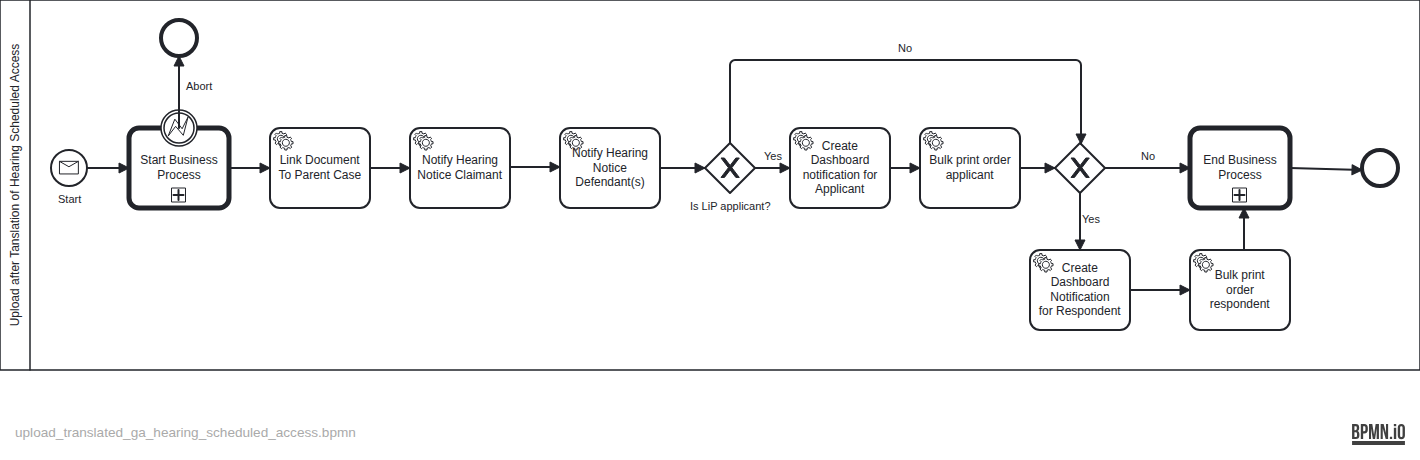
This is docs/bpmn-diagrams/upload_translated_ga_hearing_scheduled_access.png from hmcts/civil-service, a BPMN export, as it was before one commit. Its source is kept beside it as src/main/resources/camunda/upload_translated_ga_hearing_scheduled_access.bpmn. Ids are renumbered.
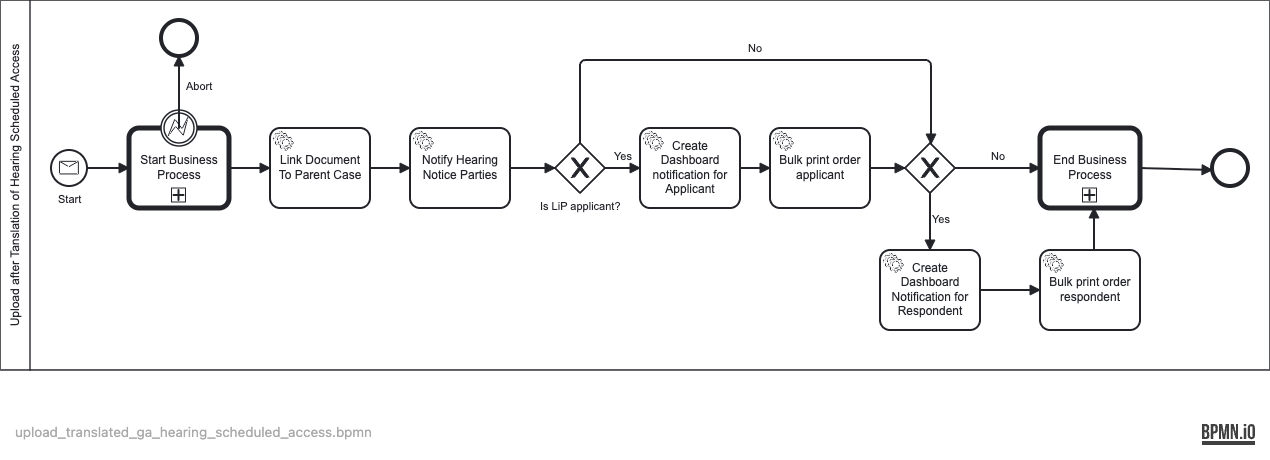
Above is the later version.

Commit message:
DTSCCI-6726 Move the Welsh hearing notice BPMN onto the framework too

Change to the diagram source:
```diff
@@ -24,9 +24,8 @@
     </bpmn:boundaryEvent>
     <bpmn:sequenceFlow id="Flow_n5" sourceRef="Event_n4" targetRef="Activity_n10" />
     <bpmn:sequenceFlow id="Flow_n9" sourceRef="Activity_n10" targetRef="Event_n8" />
-    <bpmn:sequenceFlow id="Flow_n14" sourceRef="LinkDocumentToParentCase" targetRef="NotifyHearingNoticeClaimant" />
-    <bpmn:sequenceFlow id="Flow_n15" sourceRef="NotifyHearingNoticeClaimant" targetRef="NotifyHearingNoticeDefendant" />
-    <bpmn:sequenceFlow id="Flow_n16" sourceRef="NotifyHearingNoticeDefendant" targetRef="Gateway_n17" />
+    <bpmn:sequenceFlow id="Flow_n14" sourceRef="LinkDocumentToParentCase" targetRef="NotifyGaHearingScheduled" />
+    <bpmn:sequenceFlow id="Flow_n16" sourceRef="NotifyGaHearingScheduled" targetRef="Gateway_n17" />
     <bpmn:sequenceFlow id="Flow_n18" name="Yes" sourceRef="Gateway_n17" targetRef="hearingScheduledCreateDashboardNotificationForApplicant">
       <bpmn:conditionExpression xsi:type="bpmn:tFormalExpression">${(!empty flowFlags.LIP_APPLICANT&amp;&amp; flowFlags.LIP_APPLICANT)}</bpmn:conditionExpression>
     </bpmn:sequenceFlow>
@@ -48,22 +47,13 @@
       <bpmn:incoming>Flow_n11</bpmn:incoming>
       <bpmn:outgoing>Flow_n14</bpmn:outgoing>
     </bpmn:serviceTask>
-    <bpmn:serviceTask id="NotifyHearingNoticeClaimant" name="Notify Hearing Notice Claimant" camunda:type="external" camunda:topic="processExternalCaseEventGASpec">
+    <bpmn:serviceTask id="NotifyGaHearingScheduled" name="Notify Hearing Notice Parties" camunda:type="external" camunda:topic="processExternalCaseEventGASpec">
       <bpmn:extensionElements>
         <camunda:inputOutput>
-          <camunda:inputParameter name="caseEvent">NOTIFY_HEARING_NOTICE_CLAIMANT</camunda:inputParameter>
+          <camunda:inputParameter name="caseEvent">NOTIFY_EVENT</camunda:inputParameter>
         </camunda:inputOutput>
       </bpmn:extensionElements>
       <bpmn:incoming>Flow_n14</bpmn:incoming>
-      <bpmn:outgoing>Flow_n15</bpmn:outgoing>
-    </bpmn:serviceTask>
-    <bpmn:serviceTask id="NotifyHearingNoticeDefendant" name="Notify Hearing Notice Defendant(s)" camunda:type="external" camunda:topic="processExternalCaseEventGASpec">
-      <bpmn:extensionElements>
-        <camunda:inputOutput>
-          <camunda:inputParameter name="caseEvent">NOTIFY_HEARING_NOTICE_DEFENDANT</camunda:inputParameter>
-        </camunda:inputOutput>
-      </bpmn:extensionElements>
-      <bpmn:incoming>Flow_n15</bpmn:incoming>
       <bpmn:outgoing>Flow_n16</bpmn:outgoing>
     </bpmn:serviceTask>
     <bpmn:exclusiveGateway id="Gateway_n17" name="Is LiP applicant?">
@@ -137,7 +127,7 @@
   <bpmndi:BPMNDiagram id="BPMNDiagram_1">
     <bpmndi:BPMNPlane id="BPMNPlane_1" bpmnElement="Collaboration_n2">
       <bpmndi:BPMNShape id="Participant_n3_di" bpmnElement="Participant_n3" isHorizontal="true">
-        <dc:Bounds x="180" y="110" width="1420" height="370" />
+        <dc:Bounds x="180" y="110" width="1270" height="370" />
         <bpmndi:BPMNLabel />
       </bpmndi:BPMNShape>
       <bpmndi:BPMNShape id="Event_n4_di" bpmnElement="Event_n4">
@@ -156,44 +146,40 @@
         <dc:Bounds x="450" y="238" width="100" height="80" />
         <bpmndi:BPMNLabel />
       </bpmndi:BPMNShape>
-      <bpmndi:BPMNShape id="Activity_02izv88_di" bpmnElement="NotifyHearingNoticeClaimant">
+      <bpmndi:BPMNShape id="Activity_02izv88_di" bpmnElement="NotifyGaHearingScheduled">
         <dc:Bounds x="590" y="238" width="100" height="80" />
         <bpmndi:BPMNLabel />
       </bpmndi:BPMNShape>
-      <bpmndi:BPMNShape id="BPMNShape_n32" bpmnElement="NotifyHearingNoticeDefendant">
-        <dc:Bounds x="740" y="238" width="100" height="80" />
-        <bpmndi:BPMNLabel />
-      </bpmndi:BPMNShape>
       <bpmndi:BPMNShape id="Gateway_n17_di" bpmnElement="Gateway_n17" isMarkerVisible="true">
-        <dc:Bounds x="885" y="253" width="50" height="50" />
+        <dc:Bounds x="735" y="253" width="50" height="50" />
         <bpmndi:BPMNLabel>
-          <dc:Bounds x="870" y="310" width="81" height="14" />
+          <dc:Bounds x="720" y="310" width="81" height="14" />
         </bpmndi:BPMNLabel>
       </bpmndi:BPMNShape>
       <bpmndi:BPMNShape id="Activity_1vqp3lv_di" bpmnElement="hearingScheduledCreateDashboardNotificationForApplicant">
-        <dc:Bounds x="970" y="238" width="100" height="80" />
+        <dc:Bounds x="820" y="238" width="100" height="80" />
         <bpmndi:BPMNLabel />
       </bpmndi:BPMNShape>
       <bpmndi:BPMNShape id="Gateway_n21_di" bpmnElement="Gateway_n21" isMarkerVisible="true">
-        <dc:Bounds x="1235" y="253" width="50" height="50" />
+        <dc:Bounds x="1085" y="253" width="50" height="50" />
       </bpmndi:BPMNShape>
       <bpmndi:BPMNShape id="Activity_1x1mwvt_di" bpmnElement="hearingScheduledCreateDashboardNotificationForRespondent">
-        <dc:Bounds x="1210" y="360" width="100" height="80" />
+        <dc:Bounds x="1060" y="360" width="100" height="80" />
         <bpmndi:BPMNLabel />
       </bpmndi:BPMNShape>
       <bpmndi:BPMNShape id="Activity_1gvbza4_di" bpmnElement="BulkPrintOrderApplicant">
-        <dc:Bounds x="1100" y="238" width="100" height="80" />
+        <dc:Bounds x="950" y="238" width="100" height="80" />
         <bpmndi:BPMNLabel />
       </bpmndi:BPMNShape>
       <bpmndi:BPMNShape id="Activity_0aqg98f_di" bpmnElement="BulkPrintOrderRespondent">
-        <dc:Bounds x="1370" y="360" width="100" height="80" />
+        <dc:Bounds x="1220" y="360" width="100" height="80" />
         <bpmndi:BPMNLabel />
       </bpmndi:BPMNShape>
       <bpmndi:BPMNShape id="Activity_n23_di" bpmnElement="Activity_n23">
-        <dc:Bounds x="1370" y="238" width="100" height="80" />
+        <dc:Bounds x="1220" y="238" width="100" height="80" />
       </bpmndi:BPMNShape>
       <bpmndi:BPMNShape id="Event_n25_di" bpmnElement="Event_n25">
-        <dc:Bounds x="1542" y="260" width="36" height="36" />
+        <dc:Bounds x="1392" y="260" width="36" height="36" />
       </bpmndi:BPMNShape>
       <bpmndi:BPMNShape id="Event_n12_di" bpmnElement="Event_n12">
         <dc:Bounds x="341" y="220" width="36" height="36" />
@@ -213,67 +199,63 @@
         <di:waypoint x="550" y="278" />
         <di:waypoint x="590" y="278" />
       </bpmndi:BPMNEdge>
-      <bpmndi:BPMNEdge id="Flow_n15_di" bpmnElement="Flow_n15">
-        <di:waypoint x="690" y="277" />
-        <di:waypoint x="740" y="277" />
-      </bpmndi:BPMNEdge>
       <bpmndi:BPMNEdge id="Flow_n16_di" bpmnElement="Flow_n16">
-        <di:waypoint x="840" y="278" />
-        <di:waypoint x="885" y="278" />
+        <di:waypoint x="690" y="278" />
+        <di:waypoint x="735" y="278" />
       </bpmndi:BPMNEdge>
       <bpmndi:BPMNEdge id="Flow_n18_di" bpmnElement="Flow_n18">
-        <di:waypoint x="935" y="278" />
-        <di:waypoint x="970" y="278" />
+        <di:waypoint x="785" y="278" />
+        <di:waypoint x="820" y="278" />
         <bpmndi:BPMNLabel>
-          <dc:Bounds x="944" y="260" width="18" height="14" />
+          <dc:Bounds x="794" y="260" width="18" height="14" />
         </bpmndi:BPMNLabel>
       </bpmndi:BPMNEdge>
       <bpmndi:BPMNEdge id="Flow_n19_di" bpmnElement="Flow_n19">
-        <di:waypoint x="1070" y="278" />
-        <di:waypoint x="1100" y="278" />
+        <di:waypoint x="920" y="278" />
+        <di:waypoint x="950" y="278" />
       </bpmndi:BPMNEdge>
       <bpmndi:BPMNEdge id="Flow_n20_di" bpmnElement="Flow_n20">
-        <di:waypoint x="910" y="253" />
-        <di:waypoint x="910" y="170" />
-        <di:waypoint x="1261" y="170" />
-        <di:waypoint x="1261" y="254" />
+        <di:waypoint x="760" y="253" />
+        <di:waypoint x="760" y="170" />
+        <di:waypoint x="1111" y="170" />
+        <di:waypoint x="1111" y="254" />
         <bpmndi:BPMNLabel>
-          <dc:Bounds x="1078" y="152" width="15" height="14" />
+          <dc:Bounds x="928" y="152" width="15" height="14" />
         </bpmndi:BPMNLabel>
       </bpmndi:BPMNEdge>
       <bpmndi:BPMNEdge id="Flow_n27_di" bpmnElement="Flow_n27">
-        <di:waypoint x="1260" y="303" />
-        <di:waypoint x="1260" y="360" />
+        <di:waypoint x="1110" y="303" />
+        <di:waypoint x="1110" y="360" />
         <bpmndi:BPMNLabel>
-          <dc:Bounds x="1262" y="323" width="18" height="14" />
+          <dc:Bounds x="1112" y="323" width="18" height="14" />
         </bpmndi:BPMNLabel>
       </bpmndi:BPMNEdge>
       <bpmndi:BPMNEdge id="Flow_n22_di" bpmnElement="Flow_n22">
-        <di:waypoint x="1285" y="278" />
-        <di:waypoint x="1370" y="278" />
+        <di:waypoint x="1135" y="278" />
+        <di:waypoint x="1220" y="278" />
         <bpmndi:BPMNLabel>
-          <dc:Bounds x="1321" y="260" width="15" height="14" />
+          <dc:Bounds x="1171" y="260" width="15" height="14" />
         </bpmndi:BPMNLabel>
       </bpmndi:BPMNEdge>
       <bpmndi:BPMNEdge id="Flow_n24_di" bpmnElement="Flow_n24">
-        <di:waypoint x="1470" y="278" />
-        <di:waypoint x="1542" y="280" />
+        <di:waypoint x="1320" y="278" />
+        <di:waypoint x="1392" y="280" />
       </bpmndi:BPMNEdge>
       <bpmndi:BPMNEdge id="Flow_n11_di" bpmnElement="Flow_n11">
         <di:waypoint x="409" y="278" />
         <di:waypoint x="450" y="278" />
       </bpmndi:BPMNEdge>
       <bpmndi:BPMNEdge id="Flow_n26_di" bpmnElement="Flow_n26">
-        <di:waypoint x="1200" y="278" />
-        <di:waypoint x="1235" y="278" />
+        <di:waypoint x="1050" y="278" />
+        <di:waypoint x="1085" y="278" />
       </bpmndi:BPMNEdge>
       <bpmndi:BPMNEdge id="Flow_n28_di" bpmnElement="Flow_n28">
-        <di:waypoint x="1310" y="400" />
-        <di:waypoint x="1370" y="400" />
+        <di:waypoint x="1160" y="400" />
+        <di:waypoint x="1220" y="400" />
       </bpmndi:BPMNEdge>
       <bpmndi:BPMNEdge id="Flow_n29_di" bpmnElement="Flow_n29">
-        <di:waypoint x="1424" y="360" />
-        <di:waypoint x="1424" y="318" />
+        <di:waypoint x="1274" y="360" />
+        <di:waypoint x="1274" y="318" />
       </bpmndi:BPMNEdge>
     </bpmndi:BPMNPlane>
   </bpmndi:BPMNDiagram>
```
